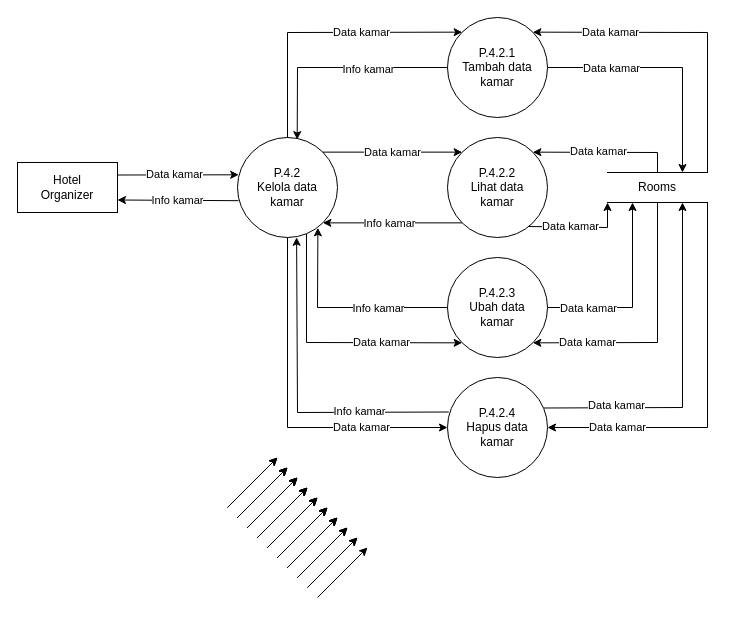
Before: diagram/dfd/level-2/p-7-kelola-data-kamar.drawio in Hans-Star18/ta-booking-system, a draw.io diagram. Source tidied: cells renumbered, new cells numbered last; positions are measured from the earlier drawing's top-left corner, leaving out a move shared by most shapes. Both pictures are drawn from the tidied source at 100%, with x=0, y=0 at pixel (17, 17).
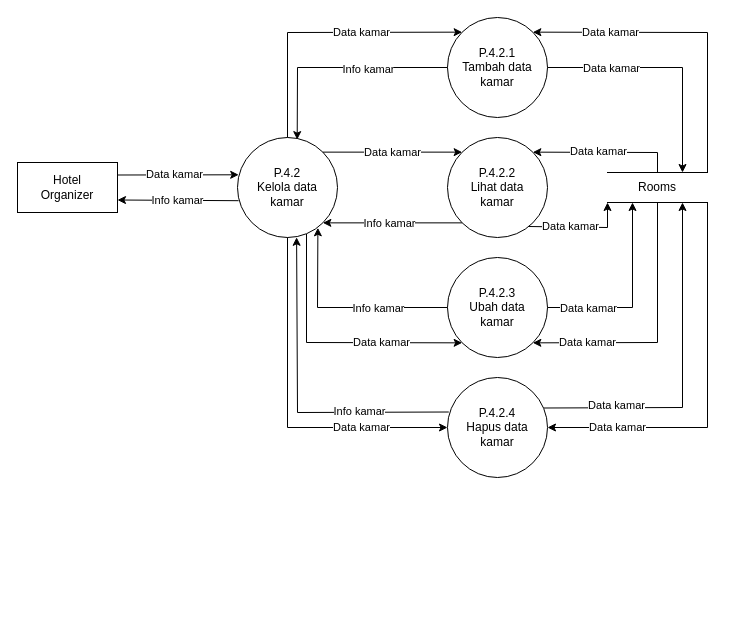
The same diagram, later.

Change to the diagram source:
```diff
@@
-<mxGraphModel>
+<mxGraphModel background="#ffffff">
@@
-    <mxCell id="26" style="endArrow=classic;html=1;rounded=0;curved=0;jumpStyle=arc;" parent="1" edge="1">
-      <mxGeometry relative="1" as="geometry">
-        <mxPoint x="210" y="490" as="sourcePoint" />
-        <mxPoint x="260" y="440" as="targetPoint" />
-      </mxGeometry>
-    </mxCell>
-    <mxCell id="27" style="endArrow=classic;html=1;rounded=0;curved=0;jumpStyle=arc;" parent="1" edge="1">
-      <mxGeometry relative="1" as="geometry">
-        <mxPoint x="220" y="500" as="sourcePoint" />
-        <mxPoint x="270" y="450" as="targetPoint" />
-      </mxGeometry>
-    </mxCell>
-    <mxCell id="28" style="endArrow=classic;html=1;rounded=0;curved=0;jumpStyle=arc;" parent="1" edge="1">
-      <mxGeometry relative="1" as="geometry">
-        <mxPoint x="230" y="510" as="sourcePoint" />
-        <mxPoint x="280" y="460" as="targetPoint" />
-      </mxGeometry>
-    </mxCell>
-    <mxCell id="29" style="endArrow=classic;html=1;rounded=0;curved=0;jumpStyle=arc;" parent="1" edge="1">
-      <mxGeometry relative="1" as="geometry">
-        <mxPoint x="240" y="520" as="sourcePoint" />
-        <mxPoint x="290" y="470" as="targetPoint" />
-      </mxGeometry>
-    </mxCell>
-    <mxCell id="30" style="endArrow=classic;html=1;rounded=0;curved=0;jumpStyle=arc;" parent="1" edge="1">
-      <mxGeometry relative="1" as="geometry">
-        <mxPoint x="250" y="530" as="sourcePoint" />
-        <mxPoint x="300" y="480" as="targetPoint" />
-      </mxGeometry>
-    </mxCell>
-    <mxCell id="31" style="endArrow=classic;html=1;rounded=0;curved=0;jumpStyle=arc;" parent="1" edge="1">
-      <mxGeometry relative="1" as="geometry">
-        <mxPoint x="260" y="540" as="sourcePoint" />
-        <mxPoint x="310" y="490" as="targetPoint" />
-      </mxGeometry>
-    </mxCell>
@@
-    <mxCell id="36" style="endArrow=classic;html=1;rounded=0;curved=0;jumpStyle=arc;" parent="1" edge="1">
-      <mxGeometry relative="1" as="geometry">
-        <mxPoint x="210" y="490" as="sourcePoint" />
-        <mxPoint x="260" y="440" as="targetPoint" />
-      </mxGeometry>
-    </mxCell>
-    <mxCell id="37" style="endArrow=classic;html=1;rounded=0;curved=0;jumpStyle=arc;" parent="1" edge="1">
-      <mxGeometry relative="1" as="geometry">
-        <mxPoint x="220" y="500" as="sourcePoint" />
-        <mxPoint x="270" y="450" as="targetPoint" />
-      </mxGeometry>
-    </mxCell>
-    <mxCell id="38" style="endArrow=classic;html=1;rounded=0;curved=0;jumpStyle=arc;" parent="1" edge="1">
-      <mxGeometry relative="1" as="geometry">
-        <mxPoint x="230" y="510" as="sourcePoint" />
-        <mxPoint x="280" y="460" as="targetPoint" />
-      </mxGeometry>
-    </mxCell>
-    <mxCell id="39" style="endArrow=classic;html=1;rounded=0;curved=0;jumpStyle=arc;" parent="1" edge="1">
-      <mxGeometry relative="1" as="geometry">
-        <mxPoint x="240" y="520" as="sourcePoint" />
-        <mxPoint x="290" y="470" as="targetPoint" />
-      </mxGeometry>
-    </mxCell>
-    <mxCell id="40" style="endArrow=classic;html=1;rounded=0;curved=0;jumpStyle=arc;" parent="1" edge="1">
-      <mxGeometry relative="1" as="geometry">
-        <mxPoint x="250" y="530" as="sourcePoint" />
-        <mxPoint x="300" y="480" as="targetPoint" />
-      </mxGeometry>
-    </mxCell>
-    <mxCell id="41" style="endArrow=classic;html=1;rounded=0;curved=0;jumpStyle=arc;" parent="1" edge="1">
-      <mxGeometry relative="1" as="geometry">
-        <mxPoint x="260" y="540" as="sourcePoint" />
-        <mxPoint x="310" y="490" as="targetPoint" />
-      </mxGeometry>
-    </mxCell>
-    <mxCell id="42" style="endArrow=classic;html=1;rounded=0;curved=0;jumpStyle=arc;" parent="1" edge="1">
-      <mxGeometry relative="1" as="geometry">
-        <mxPoint x="270" y="550" as="sourcePoint" />
-        <mxPoint x="320" y="500" as="targetPoint" />
-      </mxGeometry>
-    </mxCell>
@@
-    <mxCell id="48" style="endArrow=classic;html=1;rounded=0;curved=0;jumpStyle=arc;" parent="1" edge="1">
-      <mxGeometry relative="1" as="geometry">
-        <mxPoint x="220" y="500" as="sourcePoint" />
-        <mxPoint x="270" y="450" as="targetPoint" />
-      </mxGeometry>
-    </mxCell>
-    <mxCell id="49" style="endArrow=classic;html=1;rounded=0;curved=0;jumpStyle=arc;" parent="1" edge="1">
-      <mxGeometry relative="1" as="geometry">
-        <mxPoint x="230" y="510" as="sourcePoint" />
-        <mxPoint x="280" y="460" as="targetPoint" />
-      </mxGeometry>
-    </mxCell>
-    <mxCell id="50" style="endArrow=classic;html=1;rounded=0;curved=0;jumpStyle=arc;" parent="1" edge="1">
-      <mxGeometry relative="1" as="geometry">
-        <mxPoint x="240" y="520" as="sourcePoint" />
-        <mxPoint x="290" y="470" as="targetPoint" />
-      </mxGeometry>
-    </mxCell>
-    <mxCell id="51" style="endArrow=classic;html=1;rounded=0;curved=0;jumpStyle=arc;" parent="1" edge="1">
-      <mxGeometry relative="1" as="geometry">
-        <mxPoint x="250" y="530" as="sourcePoint" />
-        <mxPoint x="300" y="480" as="targetPoint" />
-      </mxGeometry>
-    </mxCell>
-    <mxCell id="52" style="endArrow=classic;html=1;rounded=0;curved=0;jumpStyle=arc;" parent="1" edge="1">
-      <mxGeometry relative="1" as="geometry">
-        <mxPoint x="260" y="540" as="sourcePoint" />
-        <mxPoint x="310" y="490" as="targetPoint" />
-      </mxGeometry>
-    </mxCell>
-    <mxCell id="53" style="endArrow=classic;html=1;rounded=0;curved=0;jumpStyle=arc;" parent="1" edge="1">
-      <mxGeometry relative="1" as="geometry">
-        <mxPoint x="270" y="550" as="sourcePoint" />
-        <mxPoint x="320" y="500" as="targetPoint" />
-      </mxGeometry>
-    </mxCell>
-    <mxCell id="54" style="endArrow=classic;html=1;rounded=0;curved=0;jumpStyle=arc;" parent="1" edge="1">
-      <mxGeometry relative="1" as="geometry">
-        <mxPoint x="280" y="560" as="sourcePoint" />
-        <mxPoint x="330" y="510" as="targetPoint" />
-      </mxGeometry>
-    </mxCell>
@@
-    <mxCell id="61" style="endArrow=classic;html=1;rounded=0;curved=0;jumpStyle=arc;" parent="1" edge="1">
-      <mxGeometry relative="1" as="geometry">
-        <mxPoint x="220" y="500" as="sourcePoint" />
-        <mxPoint x="270" y="450" as="targetPoint" />
-      </mxGeometry>
-    </mxCell>
-    <mxCell id="62" style="endArrow=classic;html=1;rounded=0;curved=0;jumpStyle=arc;" parent="1" edge="1">
-      <mxGeometry relative="1" as="geometry">
-        <mxPoint x="230" y="510" as="sourcePoint" />
-        <mxPoint x="280" y="460" as="targetPoint" />
-      </mxGeometry>
-    </mxCell>
-    <mxCell id="63" style="endArrow=classic;html=1;rounded=0;curved=0;jumpStyle=arc;" parent="1" edge="1">
-      <mxGeometry relative="1" as="geometry">
-        <mxPoint x="240" y="520" as="sourcePoint" />
-        <mxPoint x="290" y="470" as="targetPoint" />
-      </mxGeometry>
-    </mxCell>
-    <mxCell id="64" style="endArrow=classic;html=1;rounded=0;curved=0;jumpStyle=arc;" parent="1" edge="1">
-      <mxGeometry relative="1" as="geometry">
-        <mxPoint x="250" y="530" as="sourcePoint" />
-        <mxPoint x="300" y="480" as="targetPoint" />
-      </mxGeometry>
-    </mxCell>
-    <mxCell id="65" style="endArrow=classic;html=1;rounded=0;curved=0;jumpStyle=arc;" parent="1" edge="1">
-      <mxGeometry relative="1" as="geometry">
-        <mxPoint x="260" y="540" as="sourcePoint" />
-        <mxPoint x="310" y="490" as="targetPoint" />
-      </mxGeometry>
-    </mxCell>
-    <mxCell id="66" style="endArrow=classic;html=1;rounded=0;curved=0;jumpStyle=arc;" parent="1" edge="1">
-      <mxGeometry relative="1" as="geometry">
-        <mxPoint x="270" y="550" as="sourcePoint" />
-        <mxPoint x="320" y="500" as="targetPoint" />
-      </mxGeometry>
-    </mxCell>
-    <mxCell id="67" style="endArrow=classic;html=1;rounded=0;curved=0;jumpStyle=arc;" parent="1" edge="1">
-      <mxGeometry relative="1" as="geometry">
-        <mxPoint x="280" y="560" as="sourcePoint" />
-        <mxPoint x="330" y="510" as="targetPoint" />
-      </mxGeometry>
-    </mxCell>
-    <mxCell id="68" style="endArrow=classic;html=1;rounded=0;curved=0;jumpStyle=arc;" parent="1" edge="1">
-      <mxGeometry relative="1" as="geometry">
-        <mxPoint x="290" y="570" as="sourcePoint" />
-        <mxPoint x="340" y="520" as="targetPoint" />
-      </mxGeometry>
-    </mxCell>
@@
-    <mxCell id="71" style="endArrow=classic;html=1;rounded=0;curved=0;jumpStyle=arc;" parent="1" edge="1">
-      <mxGeometry relative="1" as="geometry">
-        <mxPoint x="220" y="500" as="sourcePoint" />
-        <mxPoint x="270" y="450" as="targetPoint" />
-      </mxGeometry>
-    </mxCell>
-    <mxCell id="72" style="endArrow=classic;html=1;rounded=0;curved=0;jumpStyle=arc;" parent="1" edge="1">
-      <mxGeometry relative="1" as="geometry">
-        <mxPoint x="230" y="510" as="sourcePoint" />
-        <mxPoint x="280" y="460" as="targetPoint" />
-      </mxGeometry>
-    </mxCell>
-    <mxCell id="73" style="endArrow=classic;html=1;rounded=0;curved=0;jumpStyle=arc;" parent="1" edge="1">
-      <mxGeometry relative="1" as="geometry">
-        <mxPoint x="240" y="520" as="sourcePoint" />
-        <mxPoint x="290" y="470" as="targetPoint" />
-      </mxGeometry>
-    </mxCell>
-    <mxCell id="74" style="endArrow=classic;html=1;rounded=0;curved=0;jumpStyle=arc;" parent="1" edge="1">
-      <mxGeometry relative="1" as="geometry">
-        <mxPoint x="250" y="530" as="sourcePoint" />
-        <mxPoint x="300" y="480" as="targetPoint" />
-      </mxGeometry>
-    </mxCell>
-    <mxCell id="75" style="endArrow=classic;html=1;rounded=0;curved=0;jumpStyle=arc;" parent="1" edge="1">
-      <mxGeometry relative="1" as="geometry">
-        <mxPoint x="260" y="540" as="sourcePoint" />
-        <mxPoint x="310" y="490" as="targetPoint" />
-      </mxGeometry>
-    </mxCell>
-    <mxCell id="76" style="endArrow=classic;html=1;rounded=0;curved=0;jumpStyle=arc;" parent="1" edge="1">
-      <mxGeometry relative="1" as="geometry">
-        <mxPoint x="270" y="550" as="sourcePoint" />
-        <mxPoint x="320" y="500" as="targetPoint" />
-      </mxGeometry>
-    </mxCell>
-    <mxCell id="77" style="endArrow=classic;html=1;rounded=0;curved=0;jumpStyle=arc;" parent="1" edge="1">
-      <mxGeometry relative="1" as="geometry">
-        <mxPoint x="280" y="560" as="sourcePoint" />
-        <mxPoint x="330" y="510" as="targetPoint" />
-      </mxGeometry>
-    </mxCell>
-    <mxCell id="78" style="endArrow=classic;html=1;rounded=0;curved=0;jumpStyle=arc;" parent="1" edge="1">
-      <mxGeometry relative="1" as="geometry">
-        <mxPoint x="290" y="570" as="sourcePoint" />
-        <mxPoint x="340" y="520" as="targetPoint" />
-      </mxGeometry>
-    </mxCell>
-    <mxCell id="79" style="endArrow=classic;html=1;rounded=0;curved=0;jumpStyle=arc;" parent="1" edge="1">
-      <mxGeometry relative="1" as="geometry">
-        <mxPoint x="300" y="580" as="sourcePoint" />
-        <mxPoint x="350" y="530" as="targetPoint" />
-      </mxGeometry>
-    </mxCell>
```
